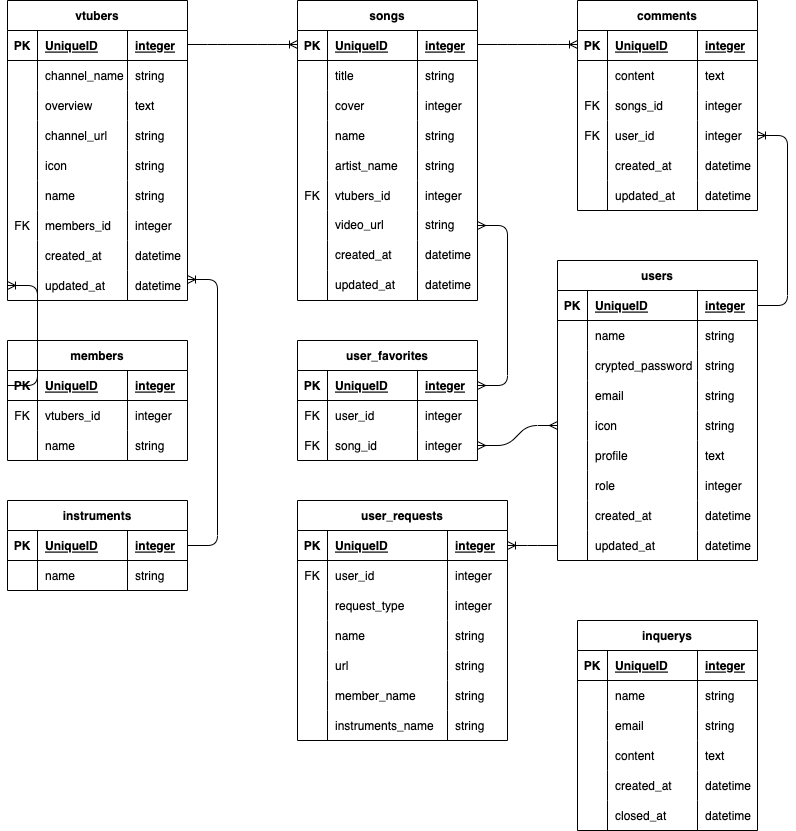
The draw.io diagram ER .png in dexias9024/vtuber_song_search, before a commit. Source tidied: cells renumbered, new cells last; positions are measured from the earlier drawing's top-left corner, leaving out a move shared by most shapes.
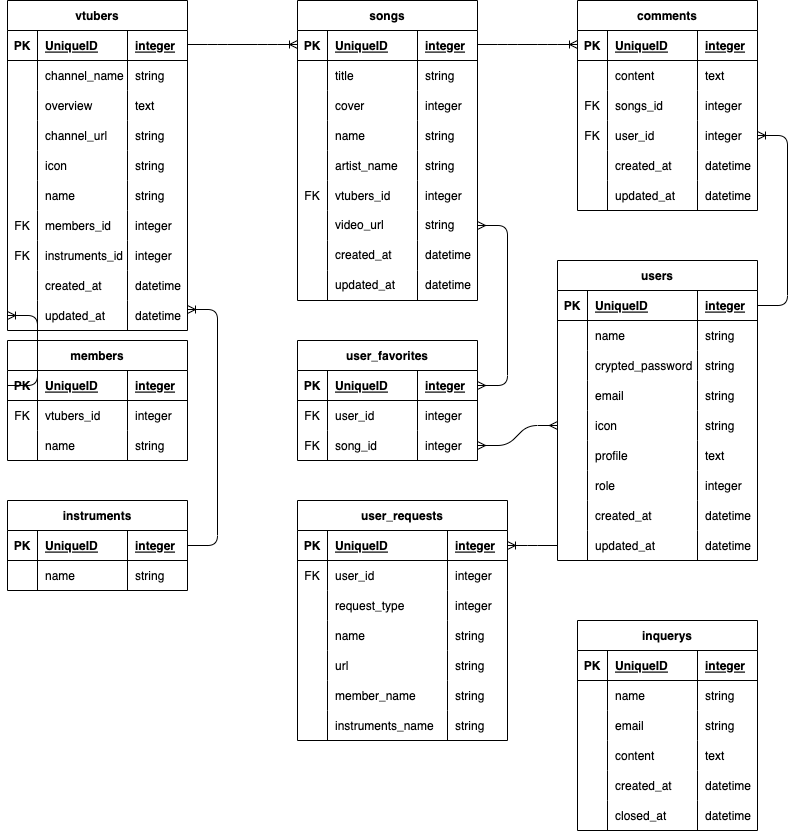
Above is the later version.

What changed in the source:
```diff
@@ -3,7 +3,7 @@
     <mxCell id="0" />
     <mxCell id="1" parent="0" />
     <mxCell id="2" value="vtubers" style="shape=table;startSize=30;rowLines=0;fontStyle=1;align=center;fillColor=none;" parent="1" vertex="1">
-      <mxGeometry width="180" height="300" as="geometry" />
+      <mxGeometry width="180" height="330" as="geometry" />
     </mxCell>
     <mxCell id="3" style="shape=tableRow;horizontal=0;startSize=0;swimlaneHead=0;swimlaneBody=0;fillColor=none;top=0;left=0;right=0;bottom=1;" parent="2" vertex="1">
       <mxGeometry y="30" width="180" height="30" as="geometry" />
@@ -89,8 +89,20 @@
     <mxCell id="30" value="integer" style="shape=partialRectangle;fillColor=none;top=0;left=0;bottom=0;right=0;align=left;spacingLeft=6;overflow=hidden;" parent="27" vertex="1">
       <mxGeometry x="120" width="60" height="30" as="geometry" />
     </mxCell>
+    <mxCell id="235" style="shape=tableRow;horizontal=0;startSize=0;swimlaneHead=0;swimlaneBody=0;fillColor=none;top=0;left=0;right=0;bottom=0;" parent="2" vertex="1">
+      <mxGeometry y="240" width="180" height="30" as="geometry" />
+    </mxCell>
+    <mxCell id="236" value="FK" style="shape=partialRectangle;fillColor=none;top=0;left=0;bottom=0;right=0;overflow=hidden;" parent="235" vertex="1">
+      <mxGeometry width="30" height="30" as="geometry" />
+    </mxCell>
+    <mxCell id="237" value="instruments_id" style="shape=partialRectangle;fillColor=none;top=0;left=0;bottom=0;right=0;align=left;spacingLeft=6;overflow=hidden;" parent="235" vertex="1">
+      <mxGeometry x="30" width="90" height="30" as="geometry" />
+    </mxCell>
+    <mxCell id="238" value="integer" style="shape=partialRectangle;fillColor=none;top=0;left=0;bottom=0;right=0;align=left;spacingLeft=6;overflow=hidden;" parent="235" vertex="1">
+      <mxGeometry x="120" width="60" height="30" as="geometry" />
+    </mxCell>
     <mxCell id="31" style="shape=tableRow;horizontal=0;startSize=0;swimlaneHead=0;swimlaneBody=0;fillColor=none;top=0;left=0;right=0;bottom=0;" parent="2" vertex="1">
-      <mxGeometry y="240" width="180" height="30" as="geometry" />
+      <mxGeometry y="270" width="180" height="30" as="geometry" />
     </mxCell>
     <mxCell id="32" style="shape=partialRectangle;fillColor=none;top=0;left=0;bottom=0;right=0;overflow=hidden;" parent="31" vertex="1">
       <mxGeometry width="30" height="30" as="geometry" />
@@ -102,7 +114,7 @@
       <mxGeometry x="120" width="60" height="30" as="geometry" />
     </mxCell>
     <mxCell id="35" style="shape=tableRow;horizontal=0;startSize=0;swimlaneHead=0;swimlaneBody=0;fillColor=none;points=[[0,0.5],[1,0.5]];portConstraint=eastwest;top=0;left=0;right=0;bottom=0;" parent="2" vertex="1">
-      <mxGeometry y="270" width="180" height="30" as="geometry" />
+      <mxGeometry y="300" width="180" height="30" as="geometry" />
     </mxCell>
     <mxCell id="36" style="shape=partialRectangle;fillColor=none;top=0;left=0;bottom=0;right=0;overflow=hidden;" parent="35" vertex="1">
       <mxGeometry width="30" height="30" as="geometry" />
```
